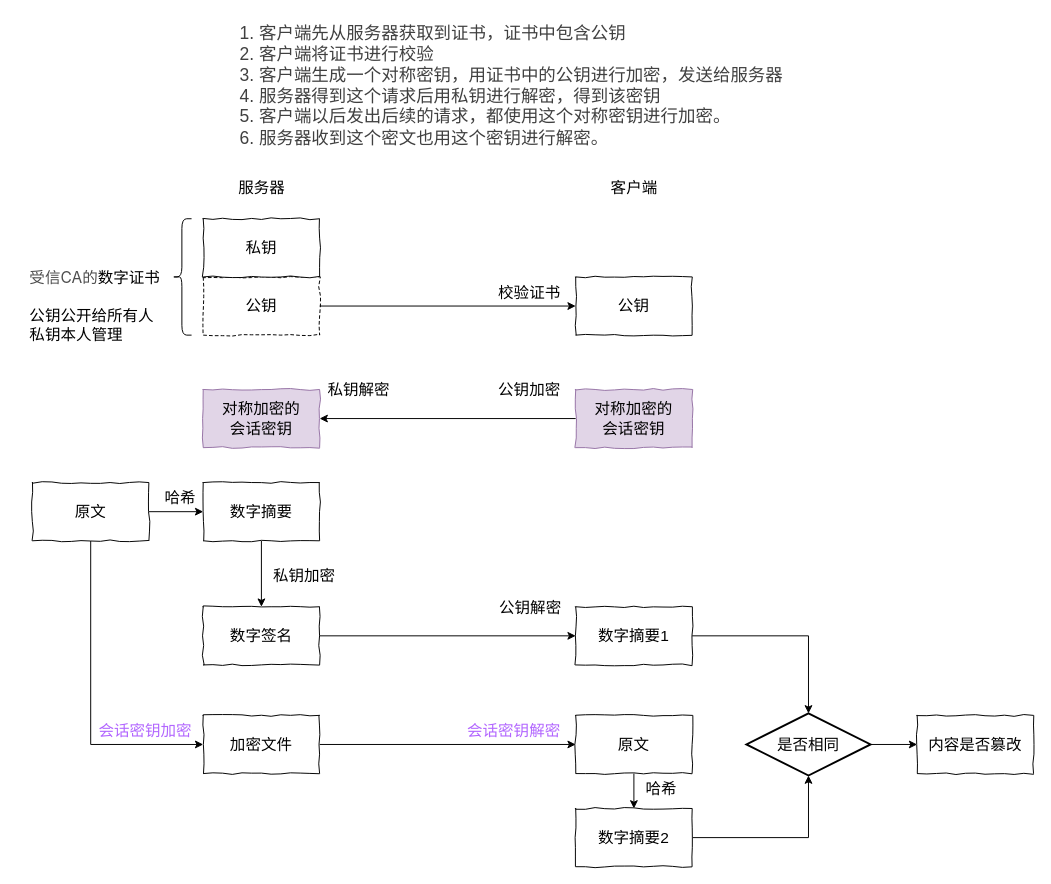
Earlier version of the draw.io diagram 未命名绘图.drawio (Angelophenia/MyFirst). Source tidied: cells renumbered, new cells numbered last; positions are measured from the earlier drawing's top-left corner, leaving out a move shared by most shapes. Both pictures are drawn from the tidied source at 97%, with x=0, y=0 at pixel (16, 16).
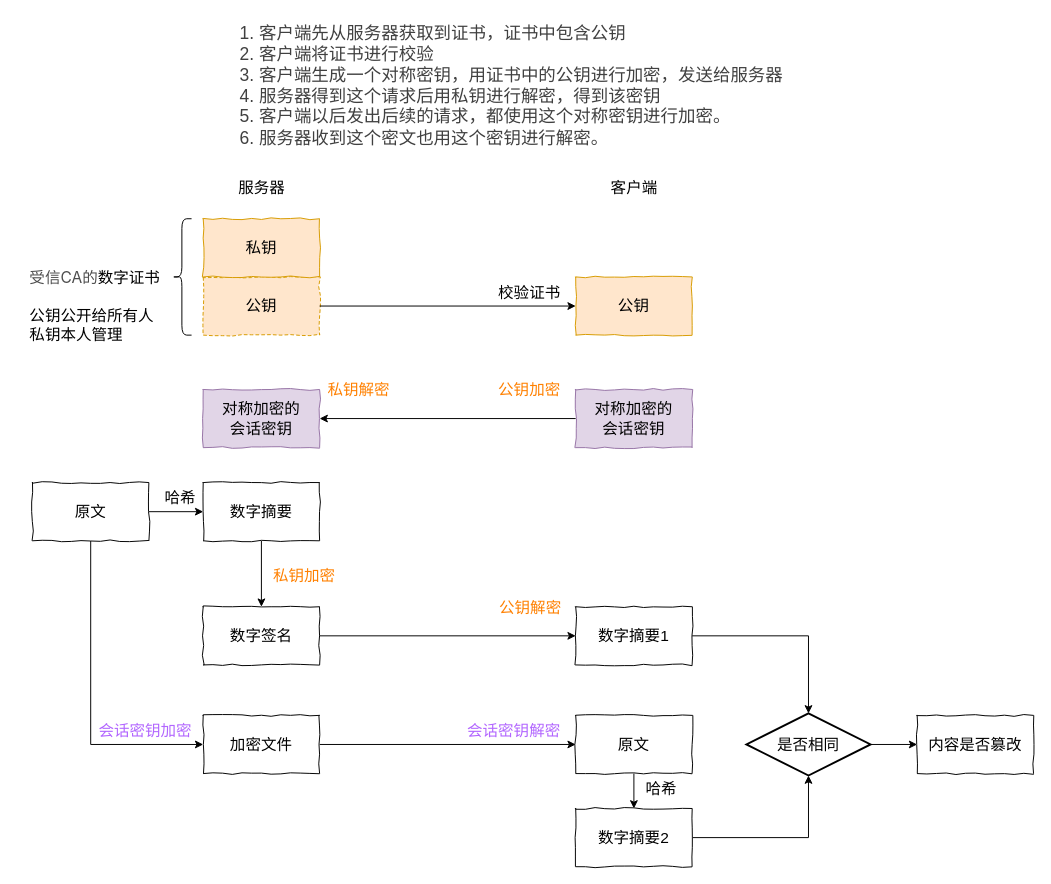
The same diagram, later.

Unchanged cells that the change refers to:
```xml
<mxCell id="20" style="edgeStyle=orthogonalEdgeStyle;rounded=0;jettySize=auto;html=1;exitX=1;exitY=0.5;exitDx=0;exitDy=0;entryX=0;entryY=0.5;entryDx=0;entryDy=0;fontFamily=Helvetica;fontSize=16;fontColor=default;" parent="1" edge="1" source="22" target="24">
  <mxGeometry relative="1" as="geometry" />
</mxCell>
```

Diff of the diagram source:
```diff
@@
-    <mxCell id="2" value="公钥" style="rounded=0;whiteSpace=wrap;html=1;comic=1;arcSize=12;imageHeight=24;fontSize=16;dashed=1;" parent="1" vertex="1">
+    <mxCell id="2" value="公钥" style="rounded=0;whiteSpace=wrap;html=1;comic=1;arcSize=12;imageHeight=24;fontSize=16;dashed=1;fillColor=#ffe6cc;strokeColor=#d79b00;" parent="1" vertex="1">
       <mxGeometry x="192" y="268" width="120" height="60" as="geometry" />
     </mxCell>
@@
-    <mxCell id="4" value="私钥" style="rounded=0;whiteSpace=wrap;html=1;comic=1;arcSize=12;imageHeight=24;fontSize=16;" parent="1" vertex="1">
+    <mxCell id="4" value="私钥" style="rounded=0;whiteSpace=wrap;html=1;comic=1;arcSize=12;imageHeight=24;fontSize=16;fillColor=#ffe6cc;strokeColor=#d79b00;" parent="1" vertex="1">
       <mxGeometry x="192" y="208" width="120" height="60" as="geometry" />
     </mxCell>
@@
-    <mxCell id="6" value="公钥" style="rounded=0;whiteSpace=wrap;html=1;comic=1;arcSize=12;imageHeight=24;fontSize=16;" parent="1" vertex="1">
+    <mxCell id="6" value="公钥" style="rounded=0;whiteSpace=wrap;html=1;comic=1;arcSize=12;imageHeight=24;fontSize=16;fillColor=#ffe6cc;strokeColor=#d79b00;" parent="1" vertex="1">
       <mxGeometry x="576" y="268" width="120" height="60" as="geometry" />
     </mxCell>
@@
-    <mxCell id="13" value="公钥加密" style="text;html=1;align=center;verticalAlign=middle;strokeColor=none;fillColor=none;fontSize=16;fontFamily=Helvetica;fontColor=default;" parent="1" vertex="1">
+    <mxCell id="13" value="&lt;font color=&quot;#ff8000&quot;&gt;公钥加密&lt;/font&gt;" style="text;html=1;align=center;verticalAlign=middle;strokeColor=none;fillColor=none;fontSize=16;fontFamily=Helvetica;fontColor=default;" parent="1" vertex="1">
       <mxGeometry x="480" y="368" width="96" height="32" as="geometry" />
     </mxCell>
-    <mxCell id="14" value="私钥解密" style="text;html=1;align=center;verticalAlign=middle;strokeColor=none;fillColor=none;fontSize=16;fontFamily=Helvetica;fontColor=default;" parent="1" vertex="1">
+    <mxCell id="14" value="&lt;font color=&quot;#ff8000&quot;&gt;私钥解密&lt;/font&gt;" style="text;html=1;align=center;verticalAlign=middle;strokeColor=none;fillColor=none;fontSize=16;fontFamily=Helvetica;fontColor=default;" parent="1" vertex="1">
       <mxGeometry x="304" y="368" width="96" height="32" as="geometry" />
     </mxCell>
@@
-    <mxCell id="21" value="公钥解密" style="edgeLabel;html=1;align=center;verticalAlign=middle;fontSize=16;fontFamily=Helvetica;fontColor=default;" parent="20" vertex="1">
+    <mxCell id="21" value="公钥解密" style="edgeLabel;html=1;align=center;verticalAlign=middle;fontSize=16;fontFamily=Helvetica;fontColor=#FF8000;" parent="20" vertex="1">
       <mxGeometry x="0.7" y="2" relative="1" as="geometry">
         <mxPoint x="-8" y="-28" as="offset" />
       </mxGeometry>
     </mxCell>
@@
-    <mxCell id="26" value="私钥加密" style="text;html=1;align=center;verticalAlign=middle;strokeColor=none;fillColor=none;fontSize=16;fontFamily=Helvetica;fontColor=default;" parent="1" vertex="1">
+    <mxCell id="26" value="&lt;font color=&quot;#ff8000&quot;&gt;私钥加密&lt;/font&gt;" style="text;html=1;align=center;verticalAlign=middle;strokeColor=none;fillColor=none;fontSize=16;fontFamily=Helvetica;fontColor=default;" parent="1" vertex="1">
       <mxGeometry x="248" y="560" width="96" height="32" as="geometry" />
     </mxCell>
```
